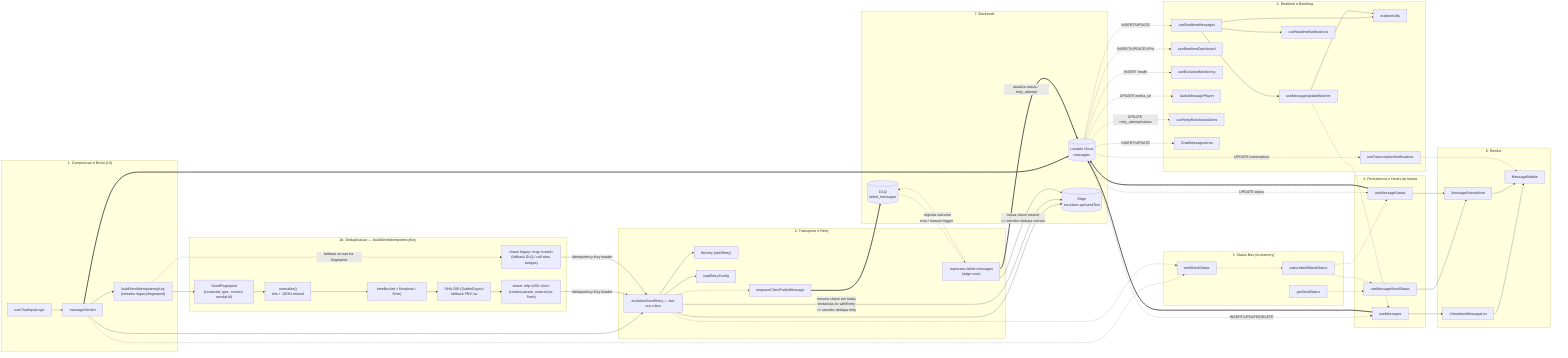
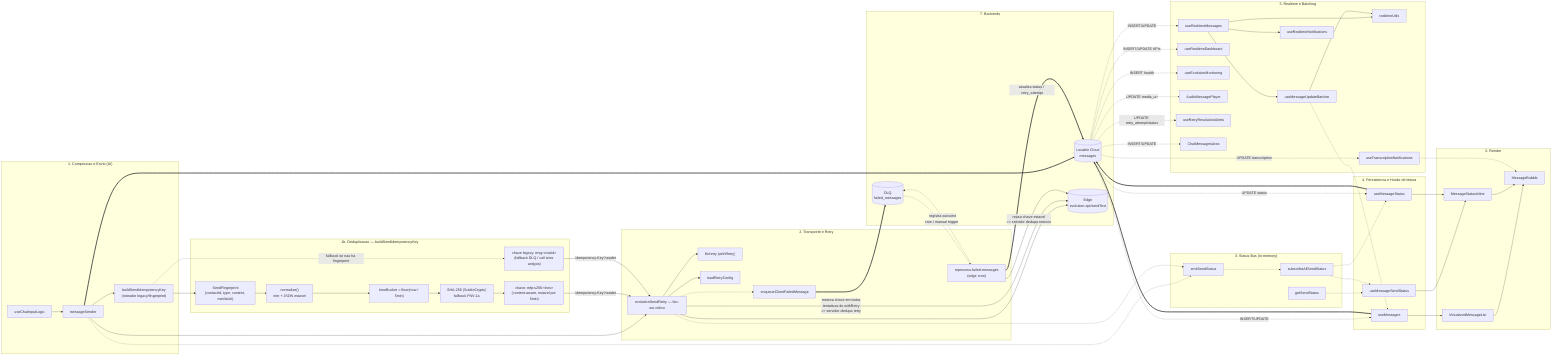
%%{init: {'flowchart': {'curve': 'basis'}}}%%
flowchart LR

  subgraph UI["1. Composicao e Envio (UI)"]
    CIL["useChatInputLogic"]
    MS["messageSender"]
    IDK["buildSendIdempotencyKey<br/>(roteador legacy/fingerprint)"]
  end

  subgraph IDEMP["1b. Deduplicacao — buildSendIdempotencyKey"]
    FP["SendFingerprint<br/>{contactId, type, content, mediaUrl}"]
    NORM["normalize()<br/>trim + JSON estavel"]
    BUCKET["timeBucket = floor(now / 5min)"]
    HASH["SHA-256 (SubtleCrypto)<br/>fallback FNV-1a"]
    KEYFP["chave: mfp:s256:&lt;hex&gt;<br/>(content-aware, estavel por 5min)"]
    KEYROW["chave legacy: msg:&lt;rowId&gt;<br/>(fallback DLQ / call sites antigos)"]
  end


  subgraph TRANSPORT["2. Transporte e Retry"]
    ESR["evolutionSendRetry — fan-out critico"]
    RETRY["lib/retry (withRetry)"]
    RCFG["loadRetryConfig"]
    DLQENQ["enqueueClientFailedMessage"]
    DLQRP["reprocess-failed-messages<br/>(edge cron)"]
  end

  subgraph BUS["3. Status Bus (in-memory)"]
    EMIT["emitSendStatus"]
    SUBALL["subscribeAllSendStatus"]
    GETST["getSendStatus"]
  end

  subgraph PERSIST["4. Persistencia e Hooks de leitura"]
    UM["useMessages"]
    UMS["useMessageStatus"]
    UMSS["useMessageSendStatus"]
  end

  subgraph RT["5. Realtime e Batching"]
    BATCH["useMessageUpdateBatcher"]
    URM["useRealtimeMessages"]
    RUTL["realtimeUtils"]
    URN["useRealtimeNotifications"]
    UTN["useTranscriptionNotifications"]
    URD["useRealtimeDashboard"]
    UEM["useEvolutionMonitoring"]
    AMP["AudioMessagePlayer"]
    URRA["useRetryResolutionAlerts"]
    CMA["ChatMessagesArea"]
  end

  subgraph RENDER["6. Render"]
    MSI["MessageStatusInline"]
    VML["VirtualizedMessageList"]
    MB["MessageBubble"]
  end

  subgraph BACKENDS["7. Backends"]
    DB[("Lovable Cloud<br/>messages")]
    EDGE[("Edge<br/>evolution-api/sendText")]
    DLQ[("DLQ<br/>failed_messages")]
  end

  %% Composicao -> envio
  CIL --> MS
  MS --> IDK
  MS --> ESR
  MS ==> DB

  %% Transporte
  ESR --> RETRY
  ESR --> RCFG
  ESR --> EDGE
  ESR -..-> DLQENQ
  DLQENQ ==> DLQ

  %% Reprocessamento DLQ — fecha o ciclo: mensagens falhadas voltam ao fluxo
  DLQ -.->|cron / manual trigger| DLQRP
  DLQRP ==>|atualiza status / retry_attempt| DB
  DLQRP -.->|registra outcome| DLQ

  %% Idempotencia — como a chave e construida e onde dedupa
  IDK --> FP
  FP --> NORM
  NORM --> BUCKET
  BUCKET --> HASH
  HASH --> KEYFP
  IDK -.->|fallback se nao ha fingerprint| KEYROW
  KEYFP -->|Idempotency-Key header| ESR
  KEYROW -->|Idempotency-Key header| ESR
  ESR -->|mesma chave em todas<br/>tentativas do withRetry<br/>=> servidor dedupa retry| EDGE
  DLQRP -->|reusa chave estavel<br/>=> servidor dedupa reenvio| EDGE



  %% Status bus
  MS -.-> EMIT
  ESR -.-> EMIT
  EMIT -.-> SUBALL
  GETST -.-> UMSS
  SUBALL -.-> UMSS
  SUBALL -.-> UMS

  %% Persistencia / leitura
  UM ==> DB
  UMS ==> DB

  %% =====================================================================
  %% FAN-OUT REALTIME — quem escuta postgres_changes na tabela 'messages'
  %% =====================================================================
  DB -.->|INSERT/UPDATE| URM
-   DB -.->|INSERT/UPDATE/DELETE| UM
+   DB -.->|INSERT/UPDATE| UM
  DB -.->|UPDATE status| UMS
  DB -.->|UPDATE transcription| UTN
  DB -.->|INSERT/UPDATE KPIs| URD
  DB -.->|INSERT health| UEM
  DB -.->|UPDATE media_url| AMP
  DB -.->|UPDATE retry_attempt/status| URRA
  DB -.->|INSERT/UPDATE| CMA

  %% Pipeline interno do realtime principal
  URM --> BATCH
  URM --> URN
  URM --> RUTL
  BATCH -.-> UM
  BATCH --> RUTL

  %% Render
  UMSS --> MSI
  UMS --> MSI
  UM --> VML
  VML --> MB
  MSI --> MB
  UTN -.-> MB

  %% AUTO:CLICKS:START — gerado por scripts/regen-trilha-mensagens.ts
  click AMP "src/features/inbox/components/AudioMessagePlayer.tsx"
  click BATCH "src/features/inbox/hooks/realtime/useMessageUpdateBatcher.ts"
  click BUCKET "src/lib/sendIdempotency.ts"
  click CIL "src/features/inbox/components/chat/useChatInputLogic.ts"
  click CMA "src/features/inbox/components/chat/ChatMessagesArea.tsx"
  click DLQENQ "src/lib/failedMessagesEnqueue.ts"
  click DLQRP "supabase/functions/reprocess-failed-messages/index.ts"
  click EMIT "src/features/inbox/hooks/realtime/sendStatusBus.ts"
  click ESR "src/lib/evolutionSendRetry.ts"
  click FP "src/lib/sendIdempotency.ts"
  click GETST "src/features/inbox/hooks/realtime/sendStatusBus.ts"
  click HASH "src/lib/sendIdempotency.ts"
  click IDK "src/lib/sendIdempotency.ts"
  click KEYFP "src/lib/sendIdempotency.ts"
  click KEYROW "src/lib/sendIdempotency.ts"
  click MB "src/features/inbox/components/chat/MessageBubble.tsx"
  click MS "src/features/inbox/hooks/realtime/messageSender.ts"
  click MSI "src/features/inbox/components/chat/MessageStatusInline.tsx"
  click NORM "src/lib/sendIdempotency.ts"
  click RCFG "src/lib/retryConfig.ts"
  click RETRY "src/lib/retry.ts"
  click RUTL "src/features/inbox/hooks/realtime/realtimeUtils.ts"
  click SUBALL "src/features/inbox/hooks/realtime/sendStatusBus.ts"
  click UEM "src/components/monitoring/hooks/useEvolutionMonitoring.ts"
  click UM "src/features/inbox/hooks/useMessages.ts"
  click UMS "src/features/inbox/hooks/useMessageStatus.ts"
  click UMSS "src/features/inbox/hooks/realtime/useMessageSendStatus.ts"
  click URD "src/hooks/useRealtimeDashboard.ts"
  click URM "src/features/inbox/hooks/useRealtimeMessages.ts"
  click URN "src/features/inbox/hooks/realtime/useRealtimeNotifications.ts"
  click URRA "src/features/inbox/hooks/realtime/useRetryResolutionAlerts.ts"
  click UTN "src/hooks/useTranscriptionNotifications.ts"
  click VML "src/features/inbox/components/VirtualizedMessageList.tsx"
  %% AUTO:CLICKS:END

%% AUTO:LEGEND:START — gerado por scripts/regen-trilha-mensagens.ts
%% Legenda das arestas:
%%   -->   chamada sincrona / import
%%   ==>   escrita persistente em DB
%%   -.->  evento realtime / pub-sub in-memory
%%   -..-> enqueue assincrona (DLQ)
%% Fan-out realtime (postgres_changes 'messages'): 9 consumidores diretos
%%   1. useRealtimeMessages              — feed global do inbox (INSERT/UPDATE/DELETE)
%%   2. useMessages                      — lista por contato aberto (INSERT/UPDATE/DELETE)
%%   3. useMessageStatus                 — status sent/delivered/read por mensagem (UPDATE)
%%   4. useTranscriptionNotifications    — alerta quando transcricao conclui (UPDATE)
%%   5. useRealtimeDashboard             — KPIs em tempo real (INSERT)
%%   6. useEvolutionMonitoring           — saude do webhook/instancia (INSERT)
%%   7. AudioMessagePlayer               — refresh de media_url assinada (UPDATE)
%%   8. useRetryResolutionAlerts         — toast quando retrying -> sent/failed (UPDATE)
%%   9. ChatMessagesArea                 — refetch/scroll no realtime (INSERT/UPDATE)
%% Gerado por scripts/regen-trilha-mensagens.ts em 2026-05-06T22:21:06.045Z
%% AUTO:LEGEND:END
